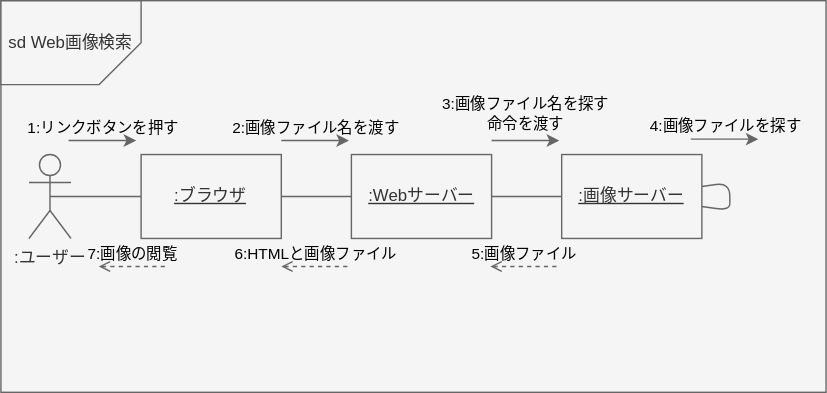
Above: 演習５-1_CD_Web画像検索.drawio.svg in eumura123/uml-introduction (draw.io), before the change. Source tidied: cells renumbered, new cells last; positions are measured from the earlier drawing's top-left corner, leaving out a move shared by most shapes. Source of this version:
```xml
<mxGraphModel>
  <root>
    <mxCell id="0" />
    <mxCell id="1" parent="0" />
    <mxCell id="2" style="group;" parent="1" vertex="1">
      <mxGeometry width="590" height="280" as="geometry" />
    </mxCell>
    <mxCell id="3" style="rounded=0;whiteSpace=wrap;html=1;fillColor=#f5f5f5;fontColor=#333333;strokeColor=#666666;" parent="2" vertex="1">
      <mxGeometry width="590" height="280" as="geometry" />
    </mxCell>
    <mxCell id="4" value="sd Web画像検索" style="shape=card;whiteSpace=wrap;html=1;fillColor=#f5f5f5;fontColor=#333333;strokeColor=#666666;direction=north;flipH=1;" parent="2" vertex="1">
      <mxGeometry width="100.2" height="60" as="geometry" />
    </mxCell>
    <mxCell id="5" value=":ユーザー" style="shape=umlActor;verticalLabelPosition=bottom;verticalAlign=top;html=1;outlineConnect=0;fillColor=#f5f5f5;fontColor=#333333;strokeColor=#666666;" parent="2" vertex="1">
      <mxGeometry x="20" y="110" width="30.1" height="60" as="geometry" />
    </mxCell>
    <mxCell id="6" style="edgeStyle=none;html=1;entryX=0.5;entryY=0.5;entryDx=0;entryDy=0;entryPerimeter=0;fillColor=#f5f5f5;strokeColor=#666666;endArrow=none;endFill=0;" parent="2" edge="1" source="7" target="5">
      <mxGeometry relative="1" as="geometry" />
    </mxCell>
    <mxCell id="7" value="&lt;u&gt;:ブラウザ&lt;/u&gt;" style="rounded=0;whiteSpace=wrap;html=1;fillColor=#f5f5f5;fontColor=#333333;strokeColor=#666666;" parent="2" vertex="1">
      <mxGeometry x="100.2" y="110" width="100.2" height="60" as="geometry" />
    </mxCell>
    <mxCell id="8" style="edgeStyle=none;html=1;endArrow=none;endFill=0;fillColor=#f5f5f5;strokeColor=#666666;" parent="2" edge="1" source="9" target="7">
      <mxGeometry relative="1" as="geometry" />
    </mxCell>
    <mxCell id="9" value="&lt;u&gt;:Webサーバー&lt;/u&gt;" style="rounded=0;whiteSpace=wrap;html=1;fillColor=#f5f5f5;fontColor=#333333;strokeColor=#666666;" parent="2" vertex="1">
      <mxGeometry x="250.6" y="110" width="100.2" height="60" as="geometry" />
    </mxCell>
    <mxCell id="10" style="edgeStyle=none;html=1;entryX=1;entryY=0.5;entryDx=0;entryDy=0;endArrow=none;endFill=0;fillColor=#f5f5f5;strokeColor=#666666;" parent="2" edge="1" source="11" target="9">
      <mxGeometry relative="1" as="geometry" />
    </mxCell>
    <mxCell id="11" value="&lt;u&gt;:画像サーバー&lt;/u&gt;" style="rounded=0;whiteSpace=wrap;html=1;fillColor=#f5f5f5;fontColor=#333333;strokeColor=#666666;" parent="2" vertex="1">
      <mxGeometry x="401" y="110" width="100.2" height="60" as="geometry" />
    </mxCell>
    <mxCell id="12" style="edgeStyle=none;html=1;endArrow=none;endFill=0;fillColor=#f5f5f5;strokeColor=#666666;" parent="2" edge="1" source="11" target="11">
      <mxGeometry relative="1" as="geometry" />
    </mxCell>
    <mxCell id="13" style="endArrow=classic;html=1;fillColor=#f5f5f5;strokeColor=#666666;" parent="2" edge="1">
      <mxGeometry relative="1" as="geometry">
        <mxPoint x="48.4" y="100" as="sourcePoint" />
        <mxPoint x="96.7" y="100" as="targetPoint" />
      </mxGeometry>
    </mxCell>
    <mxCell id="14" value="1:リンクボタンを押す" style="edgeLabel;html=1;align=center;verticalAlign=middle;labelBackgroundColor=none;fontColor=#000000;" parent="13" vertex="1">
      <mxGeometry relative="1" as="geometry">
        <mxPoint y="-10" as="offset" />
      </mxGeometry>
    </mxCell>
    <mxCell id="15" style="endArrow=classic;html=1;fillColor=#f5f5f5;strokeColor=#666666;" parent="2" edge="1">
      <mxGeometry relative="1" as="geometry">
        <mxPoint x="200.5" y="100" as="sourcePoint" />
        <mxPoint x="248.8" y="100" as="targetPoint" />
      </mxGeometry>
    </mxCell>
    <mxCell id="16" value="2:画像ファイル名を渡す" style="edgeLabel;html=1;align=center;verticalAlign=middle;labelBackgroundColor=none;fontColor=#000000;" parent="15" vertex="1">
      <mxGeometry relative="1" as="geometry">
        <mxPoint y="-10" as="offset" />
      </mxGeometry>
    </mxCell>
    <mxCell id="17" style="endArrow=classic;html=1;fillColor=#f5f5f5;strokeColor=#666666;" parent="2" edge="1">
      <mxGeometry relative="1" as="geometry">
        <mxPoint x="350.8" y="100" as="sourcePoint" />
        <mxPoint x="399.2" y="100" as="targetPoint" />
      </mxGeometry>
    </mxCell>
    <mxCell id="18" value="3:画像ファイル名を探す&lt;br&gt;命令を渡す" style="edgeLabel;html=1;align=center;verticalAlign=middle;labelBackgroundColor=none;fontColor=#000000;" parent="17" vertex="1">
      <mxGeometry relative="1" as="geometry">
        <mxPoint y="-20" as="offset" />
      </mxGeometry>
    </mxCell>
    <mxCell id="19" style="endArrow=classic;html=1;fillColor=#f5f5f5;strokeColor=#666666;" parent="2" edge="1">
      <mxGeometry relative="1" as="geometry">
        <mxPoint x="493.3" y="99" as="sourcePoint" />
        <mxPoint x="541.6" y="99" as="targetPoint" />
      </mxGeometry>
    </mxCell>
    <mxCell id="20" value="4:画像ファイルを探す" style="edgeLabel;html=1;align=center;verticalAlign=middle;labelBackgroundColor=none;fontColor=#000000;" parent="19" vertex="1">
      <mxGeometry relative="1" as="geometry">
        <mxPoint y="-10" as="offset" />
      </mxGeometry>
    </mxCell>
    <mxCell id="21" style="endArrow=none;html=1;fillColor=#f5f5f5;strokeColor=#666666;endFill=0;startArrow=open;startFill=0;dashed=1;" parent="2" edge="1">
      <mxGeometry relative="1" as="geometry">
        <mxPoint x="350" y="190" as="sourcePoint" />
        <mxPoint x="398.4" y="190" as="targetPoint" />
      </mxGeometry>
    </mxCell>
    <mxCell id="22" value="5:画像ファイル" style="edgeLabel;html=1;align=center;verticalAlign=middle;labelBackgroundColor=none;fontColor=#000000;" parent="21" vertex="1">
      <mxGeometry relative="1" as="geometry">
        <mxPoint y="-10" as="offset" />
      </mxGeometry>
    </mxCell>
    <mxCell id="23" style="endArrow=none;html=1;fillColor=#f5f5f5;strokeColor=#666666;endFill=0;startArrow=open;startFill=0;dashed=1;" parent="2" edge="1">
      <mxGeometry relative="1" as="geometry">
        <mxPoint x="200.5" y="190" as="sourcePoint" />
        <mxPoint x="248.8" y="190" as="targetPoint" />
      </mxGeometry>
    </mxCell>
    <mxCell id="24" value="6:HTMLと画像ファイル" style="edgeLabel;html=1;align=center;verticalAlign=middle;labelBackgroundColor=none;fontColor=#000000;" parent="23" vertex="1">
      <mxGeometry relative="1" as="geometry">
        <mxPoint y="-10" as="offset" />
      </mxGeometry>
    </mxCell>
    <mxCell id="25" style="endArrow=none;html=1;fillColor=#f5f5f5;strokeColor=#666666;endFill=0;startArrow=open;startFill=0;dashed=1;" parent="2" edge="1">
      <mxGeometry relative="1" as="geometry">
        <mxPoint x="70" y="190" as="sourcePoint" />
        <mxPoint x="118.4" y="190" as="targetPoint" />
        <Array as="points">
          <mxPoint x="118" y="190" />
        </Array>
      </mxGeometry>
    </mxCell>
    <mxCell id="26" value="7:画像の閲覧" style="edgeLabel;html=1;align=center;verticalAlign=middle;labelBackgroundColor=none;fontColor=#000000;" parent="25" vertex="1">
      <mxGeometry relative="1" as="geometry">
        <mxPoint y="-10" as="offset" />
      </mxGeometry>
    </mxCell>
  </root>
</mxGraphModel>
```
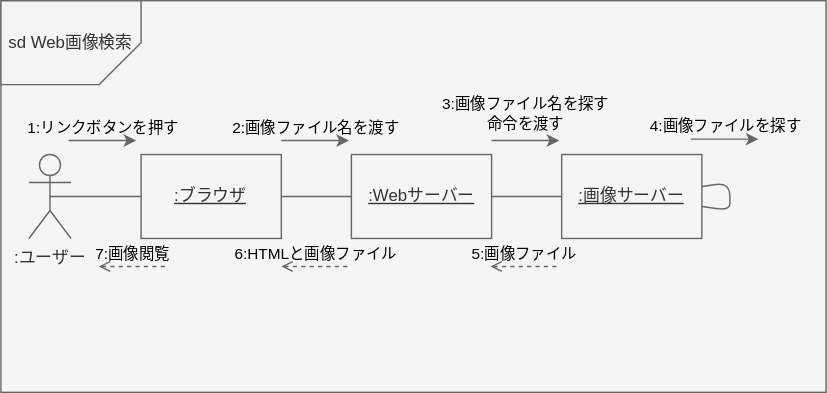
Above is the later version.

What changed in the source:
```diff
@@ -110,7 +110,7 @@
         </Array>
       </mxGeometry>
     </mxCell>
-    <mxCell id="26" value="7:画像の閲覧" style="edgeLabel;html=1;align=center;verticalAlign=middle;labelBackgroundColor=none;fontColor=#000000;" parent="25" vertex="1">
+    <mxCell id="26" value="7:画像閲覧" style="edgeLabel;html=1;align=center;verticalAlign=middle;labelBackgroundColor=none;fontColor=#000000;" parent="25" vertex="1">
       <mxGeometry relative="1" as="geometry">
         <mxPoint y="-10" as="offset" />
       </mxGeometry>
```
